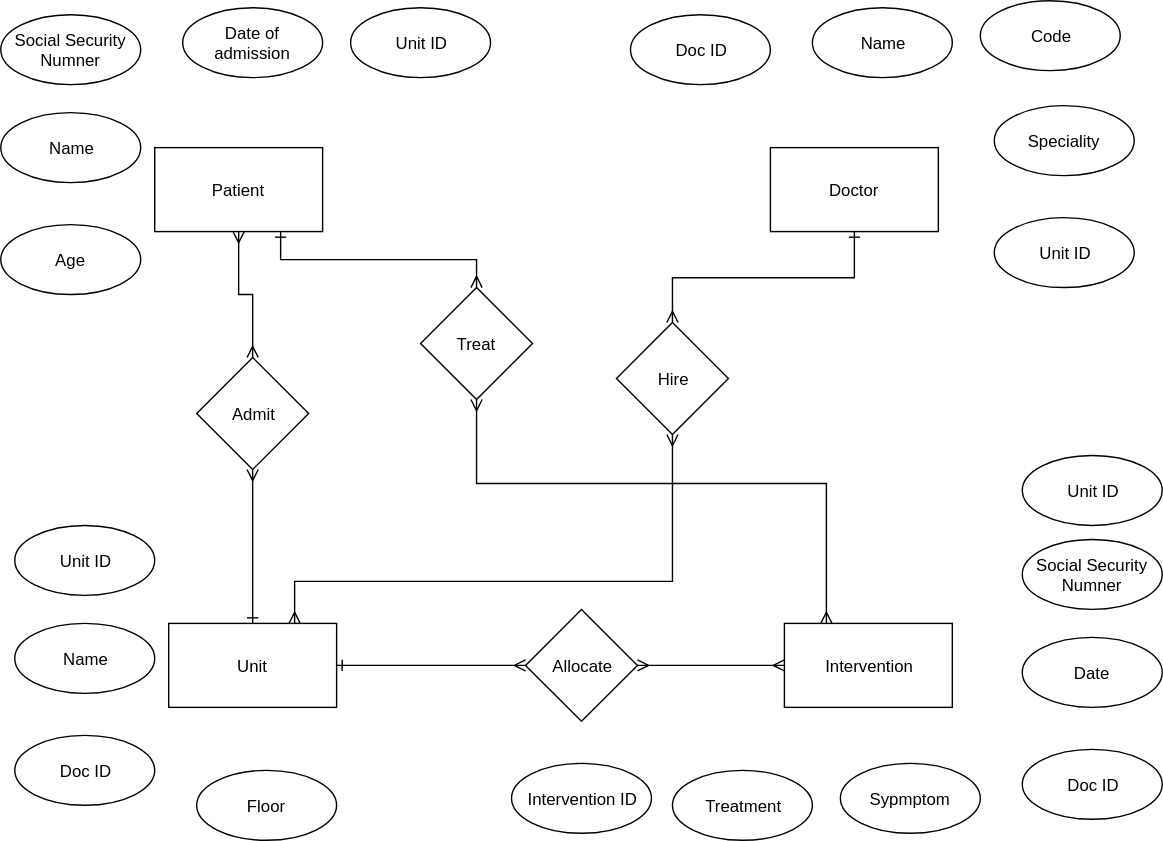
The draw.io diagram exercise2/step2-ER.svg in IvanZet/FSWD40-ActiveRecord-DAY01, before a commit. Source tidied: cells renumbered, new cells last; positions are measured from the earlier drawing's top-left corner, leaving out a move shared by most shapes. Its diagram source:
```xml
<mxGraphModel background="#ffffff">
  <root>
    <mxCell id="0" />
    <mxCell id="1" parent="0" />
    <mxCell id="2" value="Patient" style="rounded=0;whiteSpace=wrap;html=1;" parent="1" vertex="1">
      <mxGeometry x="110" y="105" width="120" height="60" as="geometry" />
    </mxCell>
    <mxCell id="3" value="Doctor" style="rounded=0;whiteSpace=wrap;html=1;" parent="1" vertex="1">
      <mxGeometry x="550" y="105" width="120" height="60" as="geometry" />
    </mxCell>
    <mxCell id="4" value="Unit" style="rounded=0;whiteSpace=wrap;html=1;" parent="1" vertex="1">
      <mxGeometry x="120" y="445" width="120" height="60" as="geometry" />
    </mxCell>
    <mxCell id="5" value="Intervention" style="rounded=0;whiteSpace=wrap;html=1;" parent="1" vertex="1">
      <mxGeometry x="560" y="445" width="120" height="60" as="geometry" />
    </mxCell>
    <mxCell id="6" value="Unit ID" style="ellipse;whiteSpace=wrap;html=1;" parent="1" vertex="1">
      <mxGeometry x="10" y="375" width="100" height="50" as="geometry" />
    </mxCell>
    <mxCell id="7" value="Name" style="ellipse;whiteSpace=wrap;html=1;" parent="1" vertex="1">
      <mxGeometry x="10" y="445" width="100" height="50" as="geometry" />
    </mxCell>
    <mxCell id="8" value="Doc ID&lt;br&gt;" style="ellipse;whiteSpace=wrap;html=1;" parent="1" vertex="1">
      <mxGeometry x="10" y="525" width="100" height="50" as="geometry" />
    </mxCell>
    <mxCell id="9" value="Floor&lt;br&gt;" style="ellipse;whiteSpace=wrap;html=1;" parent="1" vertex="1">
      <mxGeometry x="140" y="550" width="100" height="50" as="geometry" />
    </mxCell>
    <mxCell id="10" value="Social Security Numner" style="ellipse;whiteSpace=wrap;html=1;" parent="1" vertex="1">
      <mxGeometry y="10" width="100" height="50" as="geometry" />
    </mxCell>
    <mxCell id="11" value="Name" style="ellipse;whiteSpace=wrap;html=1;" parent="1" vertex="1">
      <mxGeometry y="80" width="100" height="50" as="geometry" />
    </mxCell>
    <mxCell id="12" value="Age&lt;br&gt;" style="ellipse;whiteSpace=wrap;html=1;" parent="1" vertex="1">
      <mxGeometry y="160" width="100" height="50" as="geometry" />
    </mxCell>
    <mxCell id="13" value="Date of admission&lt;br&gt;" style="ellipse;whiteSpace=wrap;html=1;" parent="1" vertex="1">
      <mxGeometry x="130" y="5" width="100" height="50" as="geometry" />
    </mxCell>
    <mxCell id="14" value="Social Security Numner" style="ellipse;whiteSpace=wrap;html=1;" parent="1" vertex="1">
      <mxGeometry x="730" y="385" width="100" height="50" as="geometry" />
    </mxCell>
    <mxCell id="15" value="Date" style="ellipse;whiteSpace=wrap;html=1;" parent="1" vertex="1">
      <mxGeometry x="730" y="455" width="100" height="50" as="geometry" />
    </mxCell>
    <mxCell id="16" value="Doc ID&lt;br&gt;" style="ellipse;whiteSpace=wrap;html=1;" parent="1" vertex="1">
      <mxGeometry x="730" y="535" width="100" height="50" as="geometry" />
    </mxCell>
    <mxCell id="17" value="Sypmptom&lt;br&gt;" style="ellipse;whiteSpace=wrap;html=1;" parent="1" vertex="1">
      <mxGeometry x="600" y="545" width="100" height="50" as="geometry" />
    </mxCell>
    <mxCell id="18" value="Treatment&lt;br&gt;" style="ellipse;whiteSpace=wrap;html=1;" parent="1" vertex="1">
      <mxGeometry x="480" y="550" width="100" height="50" as="geometry" />
    </mxCell>
    <mxCell id="19" value="Doc ID&lt;br&gt;" style="ellipse;whiteSpace=wrap;html=1;" parent="1" vertex="1">
      <mxGeometry x="450" y="10" width="100" height="50" as="geometry" />
    </mxCell>
    <mxCell id="20" value="Code&lt;br&gt;" style="ellipse;whiteSpace=wrap;html=1;" parent="1" vertex="1">
      <mxGeometry x="700" width="100" height="50" as="geometry" />
    </mxCell>
    <mxCell id="21" value="Name&lt;br&gt;" style="ellipse;whiteSpace=wrap;html=1;" parent="1" vertex="1">
      <mxGeometry x="580" y="5" width="100" height="50" as="geometry" />
    </mxCell>
    <mxCell id="22" value="Unit ID" style="ellipse;whiteSpace=wrap;html=1;" parent="1" vertex="1">
      <mxGeometry x="710" y="155" width="100" height="50" as="geometry" />
    </mxCell>
    <mxCell id="23" value="Speciality" style="ellipse;whiteSpace=wrap;html=1;" parent="1" vertex="1">
      <mxGeometry x="710" y="75" width="100" height="50" as="geometry" />
    </mxCell>
    <mxCell id="24" style="edgeStyle=orthogonalEdgeStyle;rounded=0;html=1;exitX=0.5;exitY=0;entryX=0.5;entryY=1;startArrow=ERmany;startFill=0;endArrow=ERmany;endFill=0;jettySize=auto;" parent="1" edge="1" source="26" target="2">
      <mxGeometry relative="1" as="geometry" />
    </mxCell>
    <mxCell id="25" style="edgeStyle=orthogonalEdgeStyle;rounded=0;html=1;exitX=0.5;exitY=1;entryX=0.5;entryY=0;startArrow=ERmany;startFill=0;endArrow=ERone;endFill=0;jettySize=auto;" parent="1" edge="1" source="26" target="4">
      <mxGeometry relative="1" as="geometry" />
    </mxCell>
    <mxCell id="26" value="Admit" style="rhombus;whiteSpace=wrap;html=1;" parent="1" vertex="1">
      <mxGeometry x="140" y="255" width="80" height="80" as="geometry" />
    </mxCell>
    <mxCell id="27" value="Unit ID" style="ellipse;whiteSpace=wrap;html=1;" parent="1" vertex="1">
      <mxGeometry x="250" y="5" width="100" height="50" as="geometry" />
    </mxCell>
    <mxCell id="28" value="Unit ID" style="ellipse;whiteSpace=wrap;html=1;" parent="1" vertex="1">
      <mxGeometry x="730" y="325" width="100" height="50" as="geometry" />
    </mxCell>
    <mxCell id="29" style="edgeStyle=orthogonalEdgeStyle;rounded=0;html=1;exitX=0.5;exitY=0;entryX=0.75;entryY=1;startArrow=ERmany;startFill=0;endArrow=ERone;endFill=0;jettySize=auto;" parent="1" edge="1" source="31" target="2">
      <mxGeometry relative="1" as="geometry" />
    </mxCell>
    <mxCell id="30" style="edgeStyle=orthogonalEdgeStyle;rounded=0;html=1;exitX=0.5;exitY=1;entryX=0.25;entryY=0;startArrow=ERmany;startFill=0;endArrow=ERmany;endFill=0;jettySize=auto;" parent="1" edge="1" source="31" target="5">
      <mxGeometry relative="1" as="geometry">
        <Array as="points">
          <mxPoint x="340" y="345" />
          <mxPoint x="590" y="345" />
        </Array>
      </mxGeometry>
    </mxCell>
    <mxCell id="31" value="Treat" style="rhombus;whiteSpace=wrap;html=1;" parent="1" vertex="1">
      <mxGeometry x="300" y="205" width="80" height="80" as="geometry" />
    </mxCell>
    <mxCell id="32" value="Intervention ID&lt;br&gt;" style="ellipse;whiteSpace=wrap;html=1;" parent="1" vertex="1">
      <mxGeometry x="365" y="545" width="100" height="50" as="geometry" />
    </mxCell>
    <mxCell id="33" style="edgeStyle=orthogonalEdgeStyle;rounded=0;html=1;exitX=0;exitY=0.5;entryX=1;entryY=0.5;startArrow=ERmany;startFill=0;endArrow=ERone;endFill=0;jettySize=auto;" parent="1" edge="1" source="35" target="4">
      <mxGeometry relative="1" as="geometry" />
    </mxCell>
    <mxCell id="34" style="edgeStyle=orthogonalEdgeStyle;rounded=0;html=1;exitX=1;exitY=0.5;entryX=0;entryY=0.5;startArrow=ERmany;startFill=0;endArrow=ERmany;endFill=0;jettySize=auto;" parent="1" edge="1" source="35" target="5">
      <mxGeometry relative="1" as="geometry" />
    </mxCell>
    <mxCell id="35" value="Allocate" style="rhombus;whiteSpace=wrap;html=1;" parent="1" vertex="1">
      <mxGeometry x="375" y="435" width="80" height="80" as="geometry" />
    </mxCell>
    <mxCell id="36" style="edgeStyle=orthogonalEdgeStyle;rounded=0;html=1;exitX=0.5;exitY=0;entryX=0.5;entryY=1;startArrow=ERmany;startFill=0;endArrow=ERone;endFill=0;jettySize=auto;" parent="1" edge="1" source="38" target="3">
      <mxGeometry relative="1" as="geometry" />
    </mxCell>
    <mxCell id="37" style="edgeStyle=orthogonalEdgeStyle;rounded=0;html=1;exitX=0.5;exitY=1;entryX=0.75;entryY=0;startArrow=ERmany;startFill=0;endArrow=ERmany;endFill=0;jettySize=auto;" parent="1" edge="1" source="38" target="4">
      <mxGeometry relative="1" as="geometry">
        <Array as="points">
          <mxPoint x="480" y="415" />
          <mxPoint x="210" y="415" />
        </Array>
      </mxGeometry>
    </mxCell>
    <mxCell id="38" value="Hire" style="rhombus;whiteSpace=wrap;html=1;" parent="1" vertex="1">
      <mxGeometry x="440" y="230" width="80" height="80" as="geometry" />
    </mxCell>
  </root>
</mxGraphModel>
```
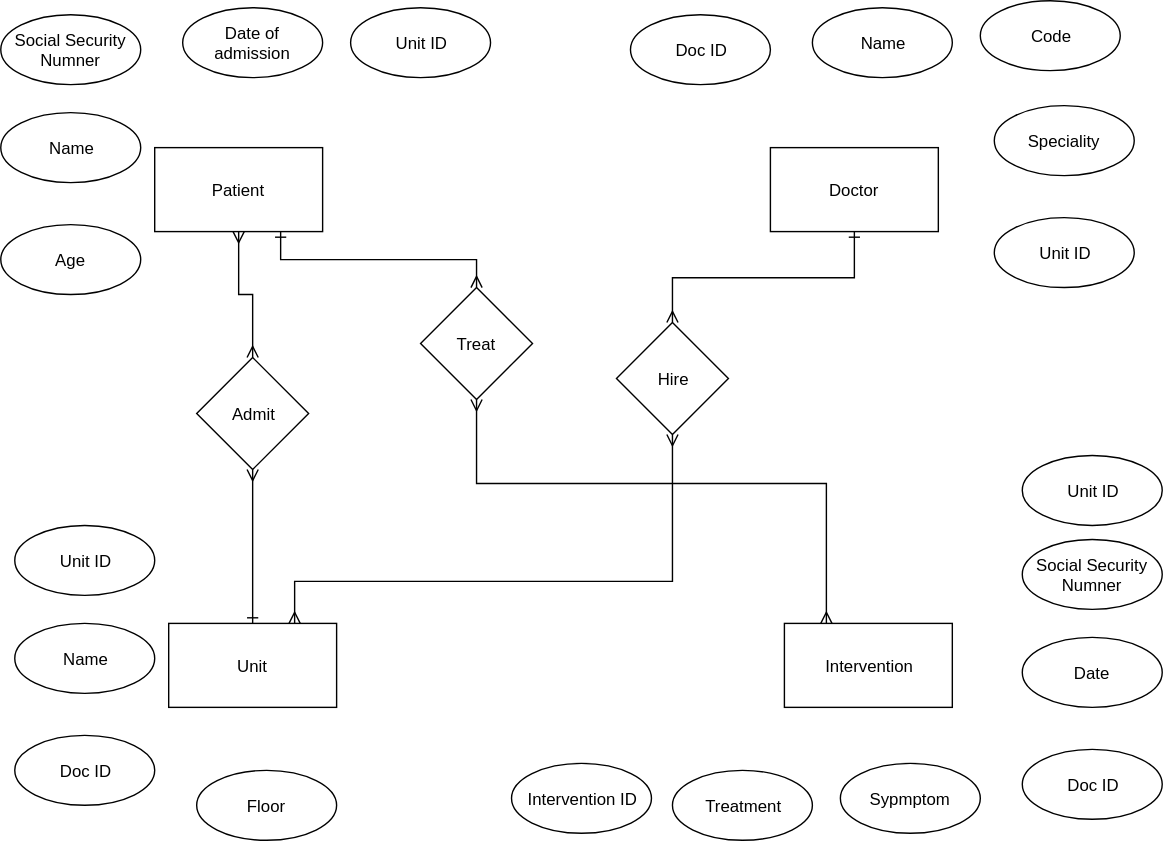
Above is the later version.

Commit message:
Delets realation Unit-Intrevention

Diff of the diagram source:
```diff
@@ -100,15 +100,6 @@
     <mxCell id="32" value="Intervention ID&lt;br&gt;" style="ellipse;whiteSpace=wrap;html=1;" parent="1" vertex="1">
       <mxGeometry x="365" y="545" width="100" height="50" as="geometry" />
     </mxCell>
-    <mxCell id="33" style="edgeStyle=orthogonalEdgeStyle;rounded=0;html=1;exitX=0;exitY=0.5;entryX=1;entryY=0.5;startArrow=ERmany;startFill=0;endArrow=ERone;endFill=0;jettySize=auto;" parent="1" edge="1" source="35" target="4">
-      <mxGeometry relative="1" as="geometry" />
-    </mxCell>
-    <mxCell id="34" style="edgeStyle=orthogonalEdgeStyle;rounded=0;html=1;exitX=1;exitY=0.5;entryX=0;entryY=0.5;startArrow=ERmany;startFill=0;endArrow=ERmany;endFill=0;jettySize=auto;" parent="1" edge="1" source="35" target="5">
-      <mxGeometry relative="1" as="geometry" />
-    </mxCell>
-    <mxCell id="35" value="Allocate" style="rhombus;whiteSpace=wrap;html=1;" parent="1" vertex="1">
-      <mxGeometry x="375" y="435" width="80" height="80" as="geometry" />
-    </mxCell>
     <mxCell id="36" style="edgeStyle=orthogonalEdgeStyle;rounded=0;html=1;exitX=0.5;exitY=0;entryX=0.5;entryY=1;startArrow=ERmany;startFill=0;endArrow=ERone;endFill=0;jettySize=auto;" parent="1" edge="1" source="38" target="3">
       <mxGeometry relative="1" as="geometry" />
     </mxCell>
```
